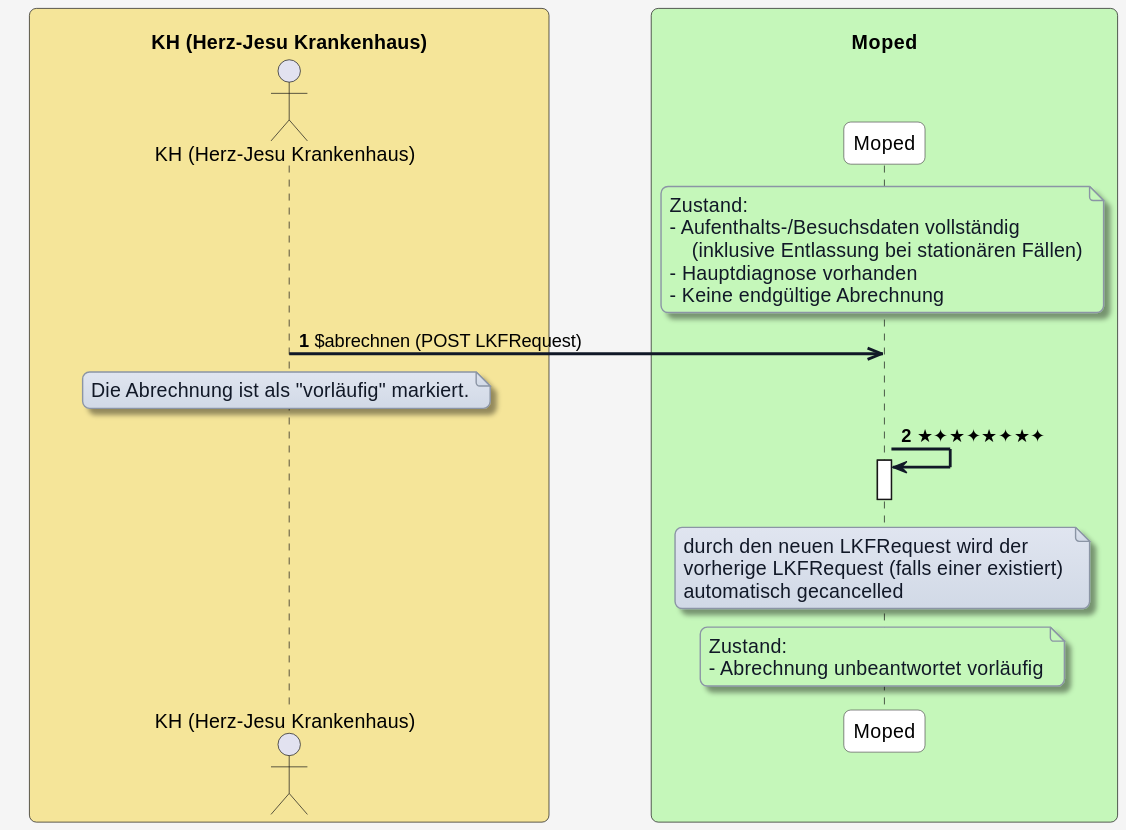
HL7Austria/ELGA-MOPED-R5 keeps this PlantUML diagram as input/images/plantuml/moped-fall-abrechnen/abrechnen-vorlaeufig.svg. Above is the earlier version. The source it was exported from:
```plantuml
@startuml
skinparam borderColor #000000
skinparam backgroundColor #f5f5f5
skinparam shadowing false
skinparam roundCorner 10
skinparam defaultFontName "Arial"
skinparam defaultFontSize 14
skinparam defaultFontColor #000000

skinparam note {
  BackgroundColor #e0e5f0-#d1d9e6
  BorderColor #8b95a5
  BorderThickness 1
  RoundCorner 8
  Padding 6
  FontColor #111827
  Shadowing true
}

skinparam HyperlinkColor #0000EE
skinparam HyperlinkUnderline false

skinparam sequence {
  ParticipantBorderColor #555555
  ParticipantBackgroundColor #ffffff
  ParticipantFontColor #000000
  ParticipantFontSize 14
  ParticipantPadding 20
  ArrowColor #111827
  ArrowThickness 2
  ArrowFontColor #000000
  ArrowFontSize 13
  GroupBorderColor #111827
  GroupBackgroundColor #f3f4f6
  GroupBorderThickness 1
}

skinparam BoxPadding 20
skinparam BoxBorderColor #555555

box "\n                     KH (Herz-Jesu Krankenhaus)                     " #f5e599
  actor KH as "KH (Herz-Jesu Krankenhaus)"
end box

box "\n                                   Moped                                   " #c5f7ba
  participant MP as "Moped"
end box




autonumber

note over MP #c5f7ba
Zustand:
- Aufenthalts-/Besuchsdaten vollständig
    (inklusive Entlassung bei stationären Fällen)
- Hauptdiagnose vorhanden
- Keine endgültige Abrechnung
end note

KH ->> MP: $abrechnen (POST LKFRequest)

note over KH
Die Abrechnung ist als "vorläufig" markiert.
end note

MP -> MP: ★✦★✦★✦★✦
activate MP
deactivate MP

note over MP
durch den neuen LKFRequest wird der
vorherige LKFRequest (falls einer existiert)
automatisch gecancelled
end note

note over MP #c5f7ba
Zustand:
- Abrechnung unbeantwortet vorläufig
end note
@enduml
```
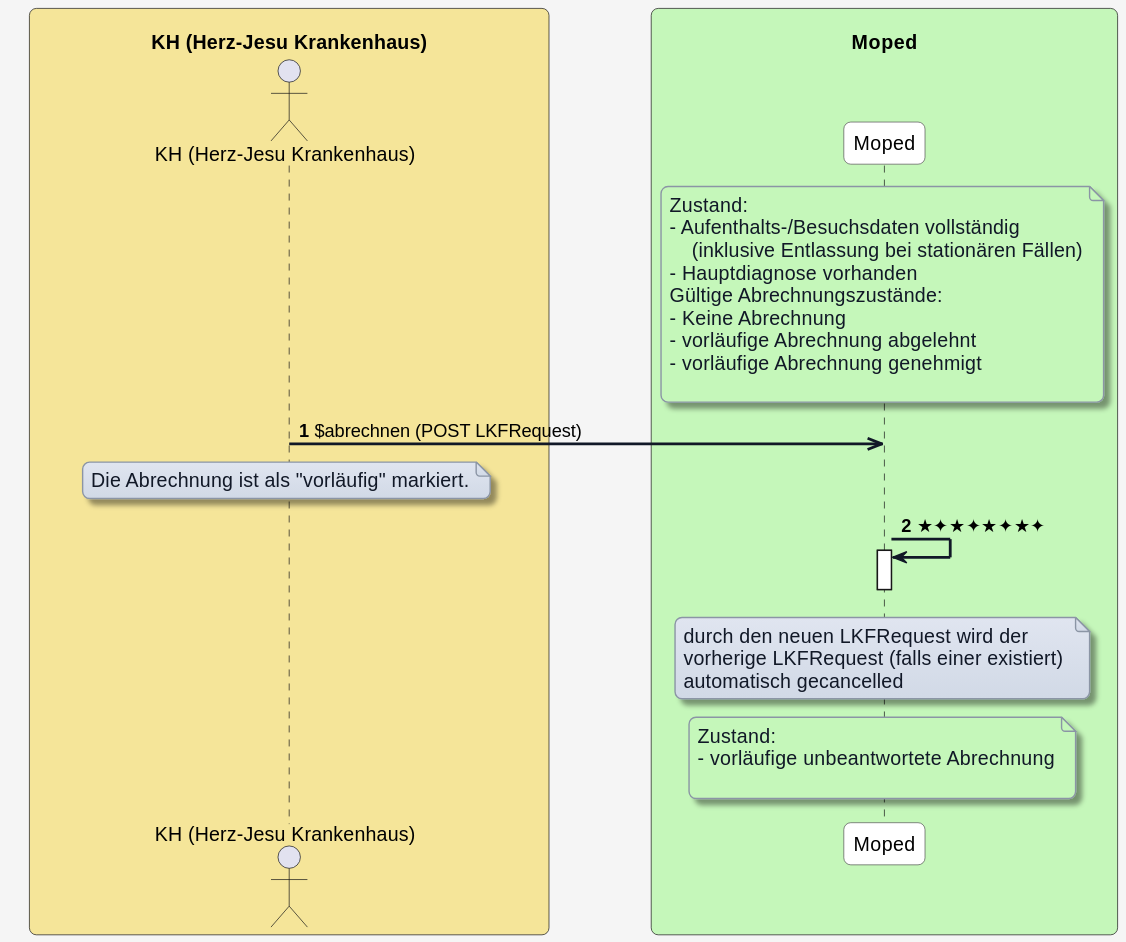
The same file after the commit.

Change to the diagram source:
```diff
@@ -56,7 +56,11 @@
 - Aufenthalts-/Besuchsdaten vollständig
     (inklusive Entlassung bei stationären Fällen)
 - Hauptdiagnose vorhanden
-- Keine endgültige Abrechnung
+Gültige Abrechnungszustände:
+- Keine Abrechnung
+- vorläufige Abrechnung abgelehnt
+- vorläufige Abrechnung genehmigt
+
 end note
 
 KH ->> MP: $abrechnen (POST LKFRequest)
@@ -77,6 +81,7 @@
 
 note over MP #c5f7ba
 Zustand:
-- Abrechnung unbeantwortet vorläufig
+- vorläufige unbeantwortete Abrechnung
+
 end note
 @enduml
```
